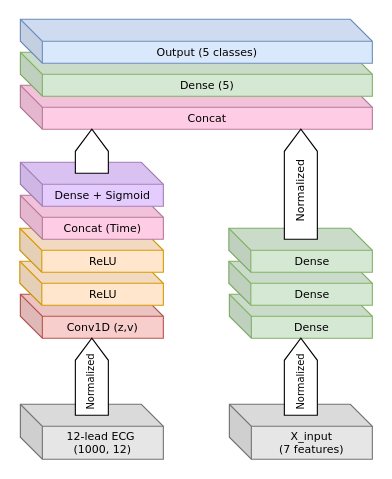
Above: CNN.drawio in minh071289/AI_system (draw.io), before the change. Source tidied: cells renumbered, new cells numbered last; positions are measured from the earlier drawing's top-left corner, leaving out a move shared by most shapes. Both pictures are drawn from the tidied source at 110%, with x=0, y=0 at pixel (20, 19).
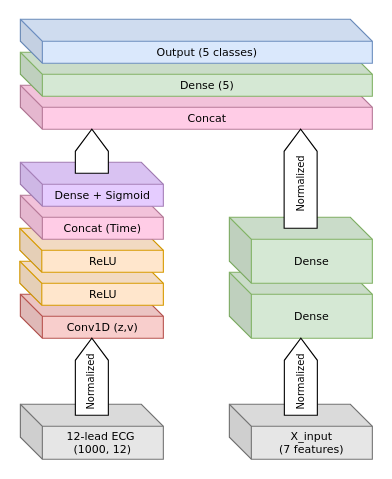
Above is the later version.

Diff of the diagram source:
```diff
@@
     <mxCell id="11" value="Dense" style="shape=cube;whiteSpace=wrap;html=1;boundedLbl=1;backgroundOutline=1;darkOpacity=0.05;darkOpacity2=0.1;fillColor=#D5E8D4;strokeColor=#82B366;fontSize=10;fontFamily=Verdana;fontStyle=0;" parent="1" vertex="1">
-      <mxGeometry x="190" y="250" width="130" height="40" as="geometry" />
+      <mxGeometry x="190" y="230" width="130" height="60" as="geometry" />
     </mxCell>
-    <mxCell id="12" value="Dense" style="shape=cube;whiteSpace=wrap;html=1;boundedLbl=1;backgroundOutline=1;darkOpacity=0.05;darkOpacity2=0.1;fillColor=#D5E8D4;strokeColor=#82B366;fontSize=10;fontFamily=Verdana;fontStyle=0;" parent="1" vertex="1">
-      <mxGeometry x="189.5" y="220" width="130.5" height="40" as="geometry" />
-    </mxCell>
-    <mxCell id="13" value="Dense" style="shape=cube;whiteSpace=wrap;html=1;boundedLbl=1;backgroundOutline=1;darkOpacity=0.05;darkOpacity2=0.1;fillColor=#D5E8D4;strokeColor=#82B366;fontSize=10;fontFamily=Verdana;fontStyle=0;" parent="1" vertex="1">
-      <mxGeometry x="189.5" y="190" width="130.5" height="40" as="geometry" />
-    </mxCell>
-    <mxCell id="14" style="html=1;shadow=0;dashed=0;align=center;verticalAlign=middle;shape=mxgraph.arrows2.arrow;dy=0;dx=20.05;direction=north;notch=0;fontSize=10;fontFamily=Verdana;fontStyle=0;" parent="1" vertex="1">
-      <mxGeometry x="240" y="100" width="30" height="100" as="geometry" />
-    </mxCell>
@@
-    <mxCell id="19" value="&lt;font style=&quot;font-size: 10px;&quot;&gt;Normalized&lt;/font&gt;" style="text;html=1;align=center;verticalAlign=middle;whiteSpace=wrap;rounded=0;rotation=-90;fontFamily=Verdana;fontSize=11;fontStyle=0;" parent="1" vertex="1">
-      <mxGeometry x="224" y="141" width="60" height="30" as="geometry" />
-    </mxCell>
@@
+    <mxCell id="22" value="Dense" style="shape=cube;whiteSpace=wrap;html=1;boundedLbl=1;backgroundOutline=1;darkOpacity=0.05;darkOpacity2=0.1;fillColor=#D5E8D4;strokeColor=#82B366;fontSize=10;fontFamily=Verdana;fontStyle=0;" parent="1" vertex="1">
+      <mxGeometry x="190" y="180" width="130" height="60" as="geometry" />
+    </mxCell>
+    <mxCell id="23" style="html=1;shadow=0;dashed=0;align=center;verticalAlign=middle;shape=mxgraph.arrows2.arrow;dy=0;dx=20.05;direction=north;notch=0;fontSize=10;fontFamily=Verdana;fontStyle=0;" parent="1" vertex="1">
+      <mxGeometry x="239.8" y="100" width="30" height="90" as="geometry" />
+    </mxCell>
+    <mxCell id="19" value="&lt;font style=&quot;font-size: 9px;&quot;&gt;Normalized&lt;/font&gt;" style="text;html=1;align=center;verticalAlign=middle;whiteSpace=wrap;rounded=0;rotation=-90;fontFamily=Verdana;fontSize=10;fontStyle=0;" parent="1" vertex="1">
+      <mxGeometry x="224.8" y="135" width="60" height="30" as="geometry" />
+    </mxCell>
```
